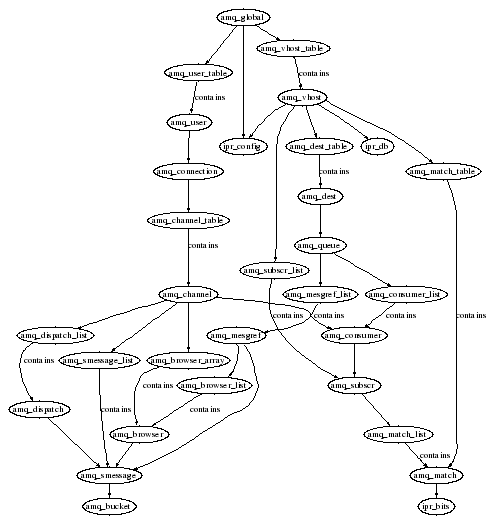
This is doc/server_classes.png from imatix/openamq, a Graphviz export, as it was before one commit. Its source is kept beside it as doc/server_classes.dot. Source of this version:
```dot
digraph Classes {
    size = "5,12";
    node [fontsize=30];
    edge [fontsize=30];
    amq_browser             -> amq_smessage;
    amq_browser_array       -> amq_browser  [label = "contains"];
    amq_browser_list        -> amq_browser  [label = "contains"];
    amq_channel             -> amq_dispatch_list;
    amq_channel             -> amq_smessage_list;
    amq_channel             -> amq_consumer;
    amq_channel             -> amq_browser_array;
    amq_channel_table       -> amq_channel  [label = "contains"];
    amq_connection          -> amq_channel_table;
    amq_consumer            -> amq_subscr;
    amq_consumer_list       -> amq_consumer [label = "contains"];
    amq_dest                -> amq_queue;
    amq_dest_table          -> amq_dest     [label = "contains"];
    amq_dispatch            -> amq_smessage;
    amq_dispatch_list       -> amq_dispatch [label = "contains"];
    amq_global              -> amq_user_table;
    amq_global              -> amq_vhost_table;
    amq_global              -> ipr_config;
    amq_match               -> ipr_bits;
    amq_match_list          -> amq_match    [label = "contains"];
    amq_match_table         -> amq_match    [label = "contains"];
    amq_mesgref             -> amq_smessage;
    amq_mesgref             -> amq_browser_list;
    amq_mesgref_list        -> amq_mesgref  [label = "contains"];
    amq_queue               -> amq_consumer_list;
    amq_queue               -> amq_mesgref_list;
    amq_smessage            -> amq_bucket;
    amq_smessage_list       -> amq_smessage [label = "contains"];
    amq_subscr              -> amq_match_list;
    amq_subscr_list         -> amq_subscr   [label = "contains"];
    amq_user_table          -> amq_user     [label = "contains"];
    amq_user                -> amq_connection;
    amq_vhost               -> ipr_db;
    amq_vhost               -> ipr_config;
    amq_vhost               -> amq_dest_table;
    amq_vhost               -> amq_subscr_list;
    amq_vhost               -> amq_match_table;
    amq_vhost_table         -> amq_vhost    [label = "contains"];
}
```
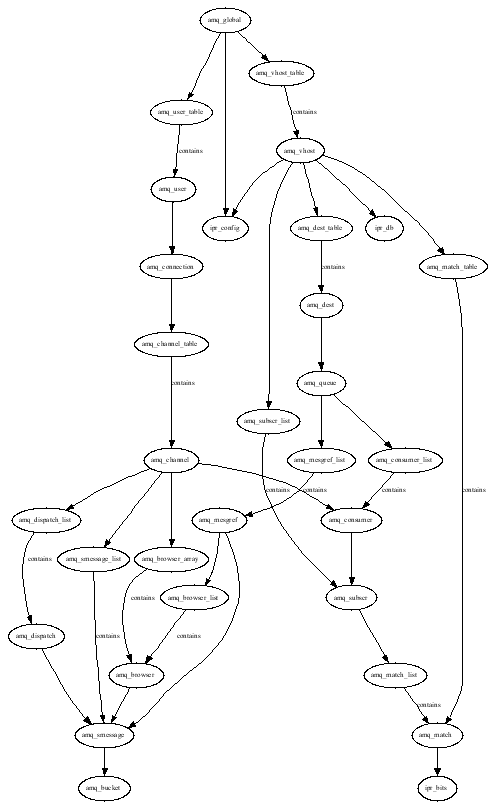
After the commit.

Diff of the diagram source:
```diff
@@ -1,7 +1,7 @@
 digraph Classes {
     size = "5,12";
-    node [fontsize=30];
-    edge [fontsize=30];
+    node [fontsize=10];
+    edge [fontsize=10];
     amq_browser             -> amq_smessage;
     amq_browser_array       -> amq_browser  [label = "contains"];
     amq_browser_list        -> amq_browser  [label = "contains"];
```
